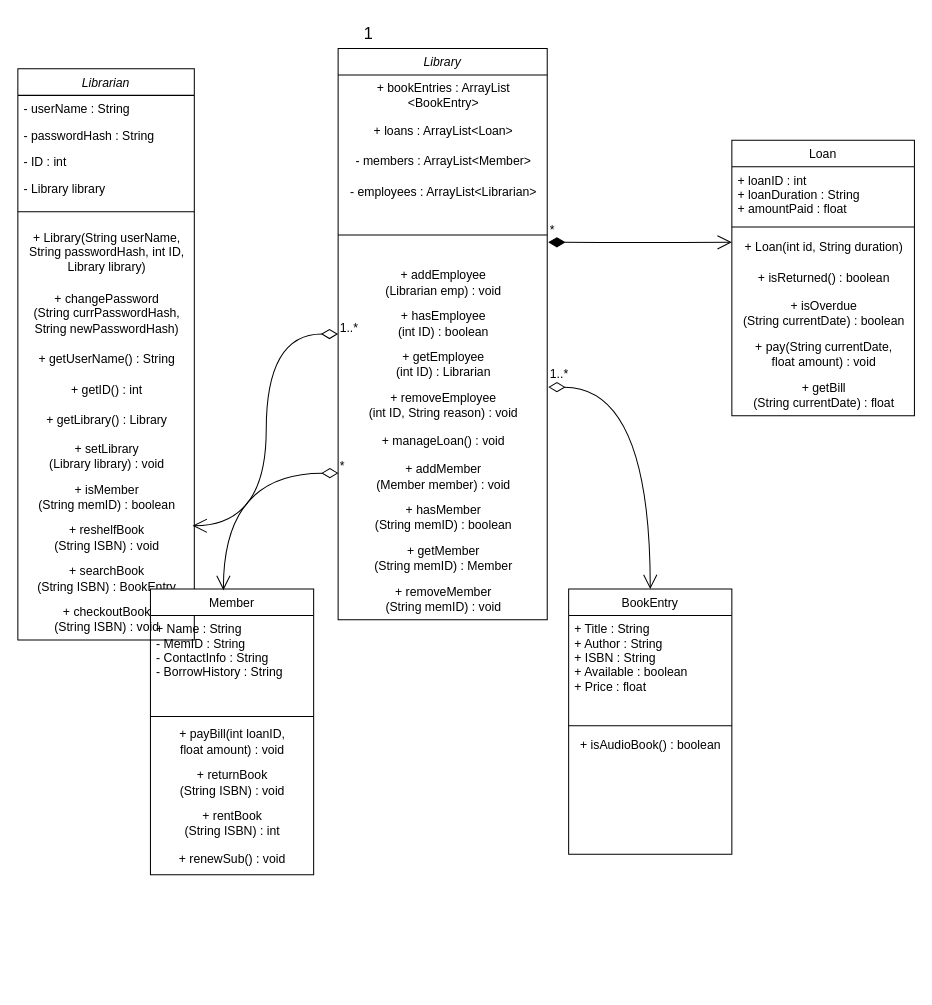
Twpendleton/ClassUMLDiagram keeps this draw.io diagram as Untitled Diagram.drawio. Above is the earlier version. Source tidied: cells renumbered, new cells numbered last; positions are measured from the earlier drawing's top-left corner, leaving out a move shared by most shapes. Both pictures are drawn from the tidied source at 102%, with x=0, y=0 at pixel (17, 17).
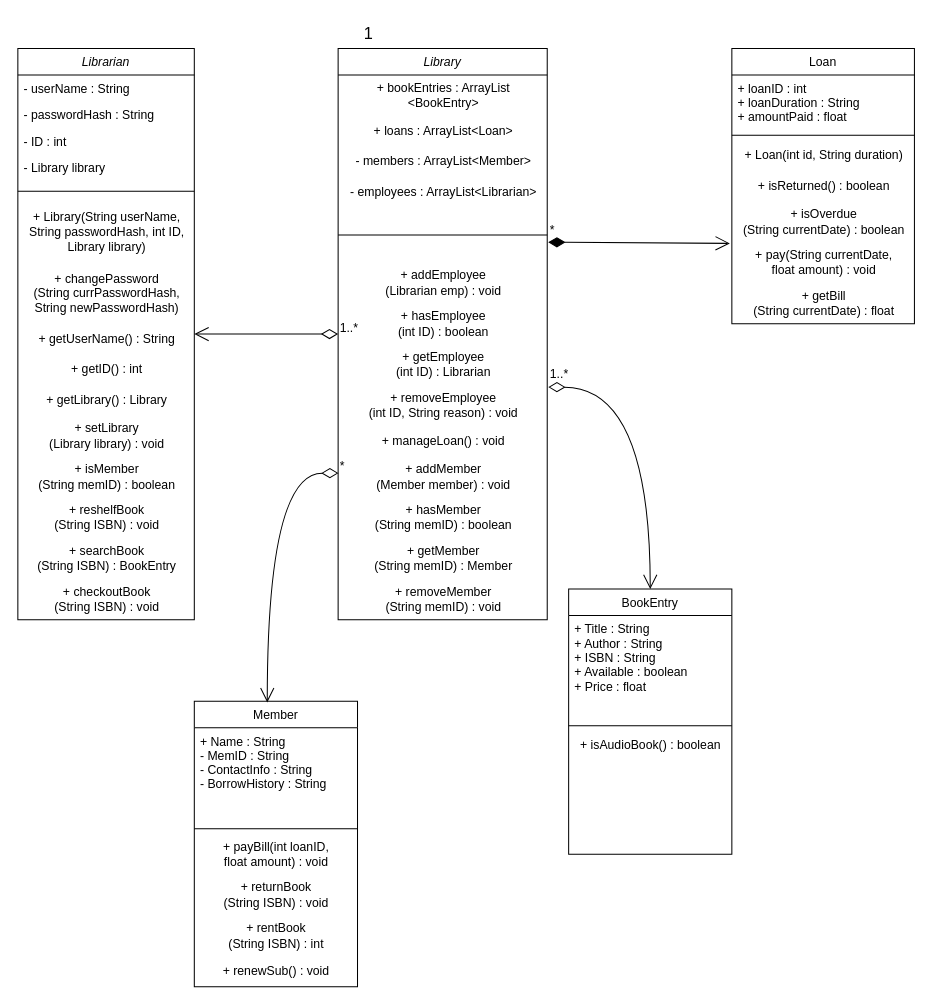
The same diagram, later.

Commit message:
Move classes around

Unchanged cells that the change refers to:
```xml
<mxCell id="15" value="+ reshelfBook&lt;div&gt;(String ISBN) : void&lt;/div&gt;" style="text;html=1;align=center;verticalAlign=middle;points=[];strokeColor=none;fillColor=none;" parent="2" vertex="1">
  <mxGeometry y="440" width="173" height="40" as="geometry" />
</mxCell>
<mxCell id="32" value="+ Loan(int id, String duration)" style="text;html=1;align=center;verticalAlign=middle;points=[];strokeColor=none;fillColor=none;" parent="29" vertex="1">
  <mxGeometry y="90" width="179" height="30" as="geometry" />
</mxCell>
<mxCell id="34" value="+ isOverdue&lt;div&gt;(String currentDate) : boolean&lt;/div&gt;" style="text;html=1;align=center;verticalAlign=middle;points=[];strokeColor=none;fillColor=none;" parent="29" vertex="1">
  <mxGeometry y="150" width="179" height="40" as="geometry" />
</mxCell>
<mxCell id="37" value="Library" style="swimlane;fontStyle=2;align=center;verticalAlign=top;horizontal=1;startSize=26;rounded=0;shadow=0;strokeWidth=1;" parent="1" vertex="1">
  <mxGeometry x="314" y="30" width="205" height="560" as="geometry" />
</mxCell>
```

The edit, as a diff of the source:
```diff
@@
     <mxCell id="2" value="Librarian" style="swimlane;fontStyle=2;align=center;verticalAlign=top;horizontal=1;startSize=26;rounded=0;shadow=0;strokeWidth=1;" parent="1" vertex="1">
-      <mxGeometry y="50" width="173" height="560" as="geometry" />
+      <mxGeometry y="30" width="173" height="560" as="geometry" />
     </mxCell>
@@
     <mxCell id="18" value="Member" style="swimlane;fontStyle=0;align=center;verticalAlign=top;horizontal=1;startSize=26;rounded=0;shadow=0;strokeWidth=1;" parent="1" vertex="1">
-      <mxGeometry x="130" y="560" width="160" height="280" as="geometry" />
+      <mxGeometry x="173" y="670" width="160" height="280" as="geometry" />
     </mxCell>
@@
     <mxCell id="29" value="Loan" style="swimlane;fontStyle=0;align=center;verticalAlign=top;horizontal=1;startSize=26;rounded=0;shadow=0;strokeWidth=1;" parent="1" vertex="1">
-      <mxGeometry x="700" y="120" width="179" height="270" as="geometry" />
+      <mxGeometry x="700" y="30" width="179" height="270" as="geometry" />
     </mxCell>
@@
-    <mxCell id="53" value="1..*" style="endArrow=open;html=1;endSize=12;startArrow=diamondThin;startSize=14;startFill=0;edgeStyle=orthogonalEdgeStyle;align=left;verticalAlign=bottom;rounded=0;fontSize=12;curved=1;exitX=0;exitY=0.5;exitDx=0;exitDy=0;entryX=0.99;entryY=0.198;entryDx=0;entryDy=0;entryPerimeter=0;" parent="1" edge="1" source="37" target="15">
+    <mxCell id="53" value="1..*" style="endArrow=open;html=1;endSize=12;startArrow=diamondThin;startSize=14;startFill=0;edgeStyle=orthogonalEdgeStyle;align=left;verticalAlign=bottom;rounded=0;fontSize=12;curved=1;exitX=0;exitY=0.5;exitDx=0;exitDy=0;entryX=1;entryY=0.5;entryDx=0;entryDy=0;" parent="1" edge="1" source="37" target="2">
       <mxGeometry x="-1" y="3" relative="1" as="geometry" />
     </mxCell>
@@
-    <mxCell id="55" value="*" style="endArrow=open;html=1;endSize=12;startArrow=diamondThin;startSize=14;startFill=1;edgeStyle=orthogonalEdgeStyle;align=left;verticalAlign=bottom;rounded=0;fontSize=12;curved=1;entryX=0;entryY=0.333;entryDx=0;entryDy=0;entryPerimeter=0;" parent="1" edge="1" target="32">
+    <mxCell id="55" value="*" style="endArrow=open;html=1;endSize=12;startArrow=diamondThin;startSize=14;startFill=1;edgeStyle=orthogonalEdgeStyle;align=left;verticalAlign=bottom;rounded=0;fontSize=12;curved=1;entryX=-0.011;entryY=1.028;entryDx=0;entryDy=0;entryPerimeter=0;" parent="1" edge="1" target="34">
       <mxGeometry x="-1" y="3" relative="1" as="geometry">
         <mxPoint x="520" y="220" as="sourcePoint" />
       </mxGeometry>
     </mxCell>
```
